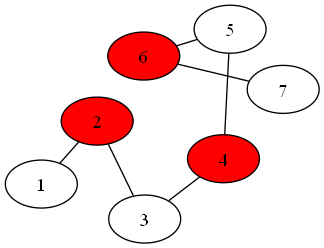
Before: GraphDomApp/GraphDomApp/MyGraph.png, a diagram exported from Graphviz (brimst0ne/vkr). Its source is kept beside it as GraphDomApp/GraphDomApp/MyGraph.gv.
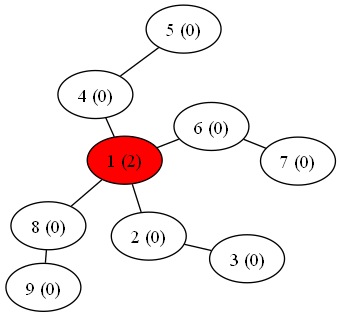
The same file after the commit.

Change to the diagram source:
```diff
@@ -6,13 +6,24 @@
 	5;
 	6;
 	7;
+	8;
+	9;
 	1 -- 2;
+	1 -- 4;
+	1 -- 6;
+	1 -- 8;
 	2 -- 3;
-	3 -- 4;
 	4 -- 5;
-	5 -- 6;
 	6 -- 7;
-    2 [style=filled, fillcolor=red];
-    4 [style=filled, fillcolor=red];
-    6 [style=filled, fillcolor=red];
+	8 -- 9;
+	1 [label="1 (2)"];
+	2 [label="2 (0)"];
+	3 [label="3 (0)"];
+	4 [label="4 (0)"];
+	5 [label="5 (0)"];
+	6 [label="6 (0)"];
+	7 [label="7 (0)"];
+	8 [label="8 (0)"];
+	9 [label="9 (0)"];
+    1 [style=filled, fillcolor=red];
 }
```
